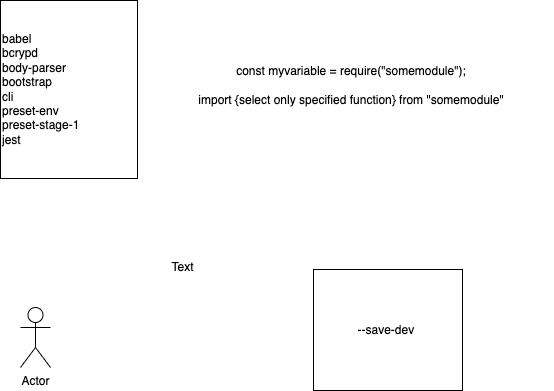
Earlier version of the draw.io export images/day6-drawio.png (adithnaveen/2022-sapient-react-node-graphql). Source tidied: cells renumbered, new cells last; positions are measured from the earlier drawing's top-left corner, leaving out a move shared by most shapes. Its diagram source:
```xml
<mxGraphModel>
  <root>
    <mxCell id="0" />
    <mxCell id="1" parent="0" />
    <mxCell id="2" value="const myvariable = require(&quot;somemodule&quot;);&lt;br&gt;&lt;br&gt;import {select only specified function} from &quot;somemodule&quot;" style="text;html=1;strokeColor=none;fillColor=none;align=center;verticalAlign=middle;whiteSpace=wrap;rounded=0;" parent="1" vertex="1">
      <mxGeometry x="149" y="43" width="404" height="84" as="geometry" />
    </mxCell>
    <mxCell id="3" value="babel&lt;br&gt;&lt;div&gt;&lt;span&gt;bcrypd&lt;/span&gt;&lt;/div&gt;body-parser&lt;br&gt;bootstrap&lt;br&gt;cli&lt;br&gt;preset-env&lt;br&gt;preset-stage-1&lt;br&gt;jest" style="rounded=0;whiteSpace=wrap;html=1;align=left;" parent="1" vertex="1">
      <mxGeometry width="137" height="178" as="geometry" />
    </mxCell>
    <mxCell id="4" value="Actor" style="shape=umlActor;verticalLabelPosition=bottom;verticalAlign=top;html=1;" parent="1" vertex="1">
      <mxGeometry x="20" y="307" width="30" height="60" as="geometry" />
    </mxCell>
    <mxCell id="5" value="--save-dev&amp;nbsp;" style="rounded=0;whiteSpace=wrap;html=1;" parent="1" vertex="1">
      <mxGeometry x="313" y="269" width="149" height="121" as="geometry" />
    </mxCell>
    <mxCell id="6" value="Text" style="text;html=1;align=center;verticalAlign=middle;strokeColor=none;fillColor=none;" parent="1" vertex="1">
      <mxGeometry x="162" y="257" width="40" height="20" as="geometry" />
    </mxCell>
  </root>
</mxGraphModel>
```
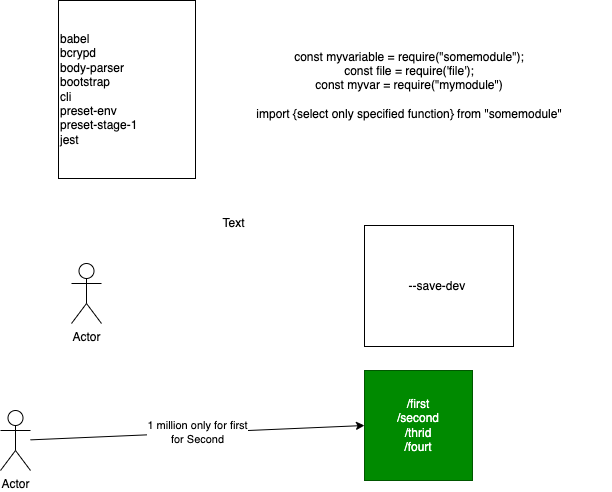
Later version of the same file.

What changed in the source:
```diff
@@ -2,11 +2,11 @@
   <root>
     <mxCell id="0" />
     <mxCell id="1" parent="0" />
-    <mxCell id="2" value="const myvariable = require(&quot;somemodule&quot;);&lt;br&gt;&lt;br&gt;import {select only specified function} from &quot;somemodule&quot;" style="text;html=1;strokeColor=none;fillColor=none;align=center;verticalAlign=middle;whiteSpace=wrap;rounded=0;" parent="1" vertex="1">
-      <mxGeometry x="149" y="43" width="404" height="84" as="geometry" />
+    <mxCell id="2" value="const myvariable = require(&quot;somemodule&quot;);&lt;br&gt;const file = require('file');&lt;br&gt;const myvar = require(&quot;mymodule&quot;)&lt;br&gt;&lt;br&gt;import {select only specified function} from &quot;somemodule&quot;" style="text;html=1;strokeColor=none;fillColor=none;align=center;verticalAlign=middle;whiteSpace=wrap;rounded=0;" parent="1" vertex="1">
+      <mxGeometry x="156" y="87" width="404" height="84" as="geometry" />
     </mxCell>
     <mxCell id="3" value="babel&lt;br&gt;&lt;div&gt;&lt;span&gt;bcrypd&lt;/span&gt;&lt;/div&gt;body-parser&lt;br&gt;bootstrap&lt;br&gt;cli&lt;br&gt;preset-env&lt;br&gt;preset-stage-1&lt;br&gt;jest" style="rounded=0;whiteSpace=wrap;html=1;align=left;" parent="1" vertex="1">
-      <mxGeometry width="137" height="178" as="geometry" />
+      <mxGeometry x="7" y="44" width="137" height="178" as="geometry" />
     </mxCell>
     <mxCell id="4" value="Actor" style="shape=umlActor;verticalLabelPosition=bottom;verticalAlign=top;html=1;" parent="1" vertex="1">
       <mxGeometry x="20" y="307" width="30" height="60" as="geometry" />
@@ -17,5 +17,14 @@
     <mxCell id="6" value="Text" style="text;html=1;align=center;verticalAlign=middle;strokeColor=none;fillColor=none;" parent="1" vertex="1">
       <mxGeometry x="162" y="257" width="40" height="20" as="geometry" />
     </mxCell>
+    <mxCell id="7" value="/first&lt;br&gt;/second&lt;br&gt;/thrid&lt;br&gt;/fourt" style="rounded=0;whiteSpace=wrap;html=1;fillColor=#008a00;fontColor=#ffffff;strokeColor=#005700;" parent="1" vertex="1">
+      <mxGeometry x="313" y="414" width="108" height="110" as="geometry" />
+    </mxCell>
+    <mxCell id="8" value="1 million only for first&lt;br&gt;for Second" style="edgeStyle=none;html=1;entryX=0;entryY=0.5;entryDx=0;entryDy=0;" parent="1" edge="1" source="9" target="7">
+      <mxGeometry relative="1" as="geometry" />
+    </mxCell>
+    <mxCell id="9" value="Actor" style="shape=umlActor;verticalLabelPosition=bottom;verticalAlign=top;html=1;outlineConnect=0;" parent="1" vertex="1">
+      <mxGeometry x="-51" y="454" width="30" height="60" as="geometry" />
+    </mxCell>
   </root>
 </mxGraphModel>
```
